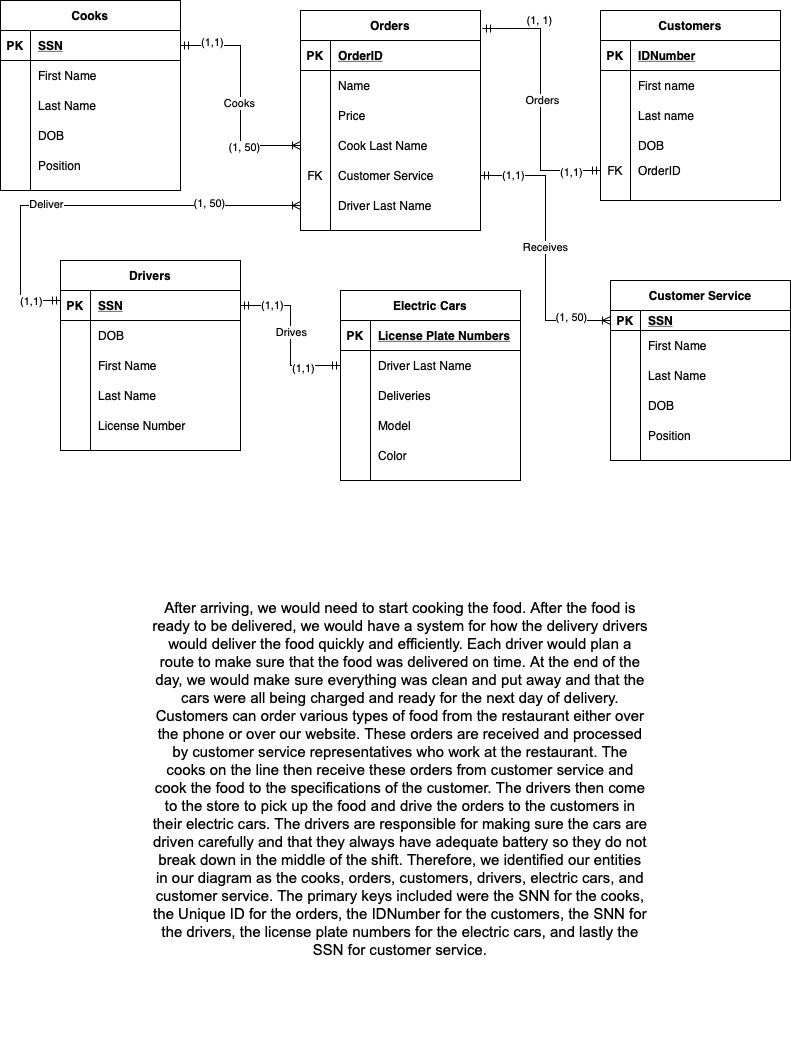
Earlier version of the draw.io export Another Delivery Project.png (nedburke47/PracticingForClass). Source tidied: cells renumbered, new cells last; positions are measured from the earlier drawing's top-left corner, leaving out a move shared by most shapes.
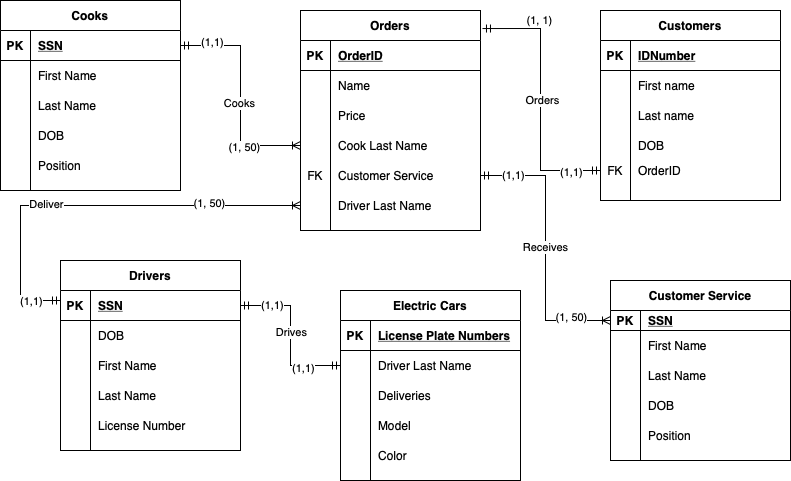
After the commit.

What changed in the source:
```diff
@@ -381,8 +381,5 @@
     <mxCell id="122" value="Driver Last Name" style="shape=partialRectangle;fillColor=none;top=0;left=0;bottom=0;right=0;align=left;spacingLeft=6;overflow=hidden;" parent="120" vertex="1">
       <mxGeometry x="30" width="150" height="30" as="geometry" />
     </mxCell>
-    <mxCell id="123" value="&lt;span id=&quot;docs-internal-guid-321a9887-7fff-893c-aa95-b7504af25ba3&quot;&gt;&lt;span style=&quot;font-size: 11pt ; font-family: &amp;#34;arial&amp;#34; ; background-color: rgb(255 , 255 , 255) ; vertical-align: baseline&quot;&gt;After arriving, we would need to start cooking the food. After the food is ready to be delivered, we would have a system for how the delivery drivers would deliver the food quickly and efficiently. Each driver would plan a route to make sure that the food was delivered on time. At the end of the day, we would make sure everything was clean and put away and that the cars were all being charged and ready for the next day of delivery. &lt;/span&gt;&lt;span style=&quot;font-size: 11pt ; font-family: &amp;#34;arial&amp;#34; ; vertical-align: baseline&quot;&gt;Customers can order various types of food from the restaurant either over the phone or over our website. These orders are received and processed by customer service representatives who work at the restaurant. The cooks on the line then receive these orders from customer service and cook the food to the specifications of the customer. The drivers then come to the store to pick up the food and drive the orders to the customers in their electric cars. The drivers are responsible for making sure the cars are driven carefully and that they always have adequate battery so they do not break down in the middle of the shift. Therefore, we identified our entities in our diagram as the cooks, orders, customers, drivers, electric cars, and customer service. The primary keys included were the SNN for the cooks, the Unique ID for the orders, the IDNumber for the customers, the SNN for the drivers, the license plate numbers for the electric cars, and lastly the SSN for customer service.&lt;/span&gt;&lt;/span&gt;" style="text;html=1;strokeColor=none;fillColor=none;align=center;verticalAlign=middle;whiteSpace=wrap;rounded=0;" parent="1" vertex="1">
-      <mxGeometry x="150" y="515" width="500" height="525" as="geometry" />
-    </mxCell>
   </root>
 </mxGraphModel>
```
